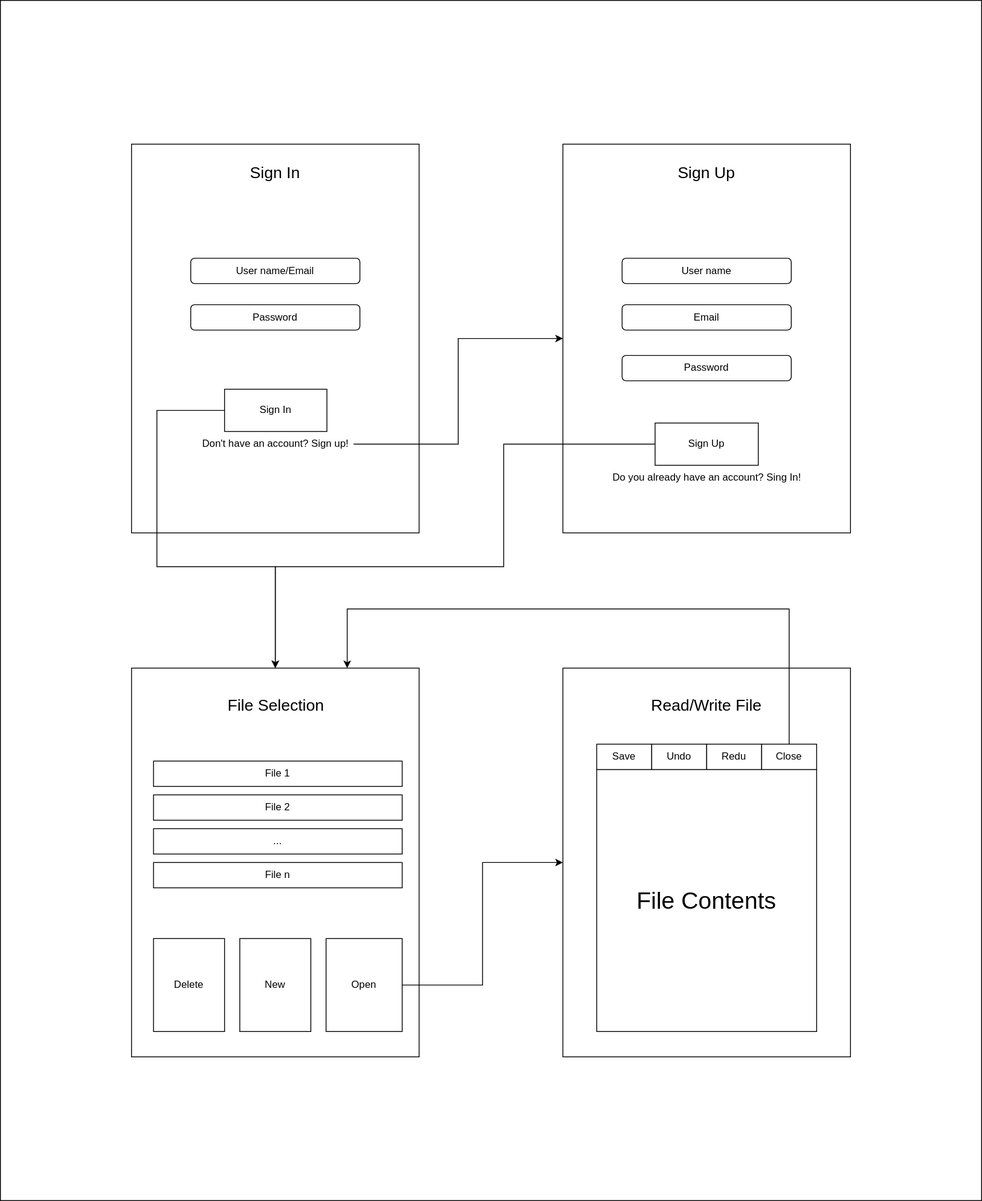
The draw.io diagram Frontend/Fronend.drawio.svg in gsg211/SharpEditor, before a commit. Source tidied: cells renumbered, new cells last; positions are measured from the earlier drawing's top-left corner, leaving out a move shared by most shapes. Source of this version:
```xml
<mxGraphModel>
  <root>
    <mxCell id="0" />
    <mxCell id="1" parent="0" />
    <mxCell id="2" style="rounded=0;whiteSpace=wrap;html=1;" parent="1" vertex="1">
      <mxGeometry width="1160" height="1420" as="geometry" />
    </mxCell>
    <mxCell id="3" style="rounded=0;whiteSpace=wrap;html=1;" parent="1" vertex="1">
      <mxGeometry x="155" y="170" width="340" height="460" as="geometry" />
    </mxCell>
    <mxCell id="4" value="User name/Email" style="rounded=1;whiteSpace=wrap;html=1;" parent="1" vertex="1">
      <mxGeometry x="225" y="305" width="200" height="30" as="geometry" />
    </mxCell>
    <mxCell id="5" value="Password" style="rounded=1;whiteSpace=wrap;html=1;" parent="1" vertex="1">
      <mxGeometry x="225" y="360" width="200" height="30" as="geometry" />
    </mxCell>
    <mxCell id="6" style="edgeStyle=orthogonalEdgeStyle;rounded=0;jettySize=auto;html=1;" parent="1" edge="1" source="7" target="11">
      <mxGeometry relative="1" as="geometry" />
    </mxCell>
    <mxCell id="7" value="Don't have an account? Sign up!" style="text;html=1;whiteSpace=wrap;strokeColor=none;fillColor=none;align=center;verticalAlign=middle;rounded=0;" parent="1" vertex="1">
      <mxGeometry x="232.5" y="510" width="185" height="30" as="geometry" />
    </mxCell>
    <mxCell id="8" value="&lt;font style=&quot;font-size: 19px;&quot;&gt;Sign In&lt;/font&gt;" style="text;html=1;whiteSpace=wrap;strokeColor=none;fillColor=none;align=center;verticalAlign=middle;rounded=0;" parent="1" vertex="1">
      <mxGeometry x="287" y="190" width="76" height="30" as="geometry" />
    </mxCell>
    <mxCell id="9" style="edgeStyle=orthogonalEdgeStyle;rounded=0;jettySize=auto;html=1;entryX=0.5;entryY=0;entryDx=0;entryDy=0;" parent="1" edge="1" source="10" target="19">
      <mxGeometry relative="1" as="geometry">
        <Array as="points">
          <mxPoint x="185" y="485" />
          <mxPoint x="185" y="670" />
          <mxPoint x="325" y="670" />
        </Array>
      </mxGeometry>
    </mxCell>
    <mxCell id="10" value="Sign In" style="rounded=0;whiteSpace=wrap;html=1;" parent="1" vertex="1">
      <mxGeometry x="265" y="460" width="121" height="50" as="geometry" />
    </mxCell>
    <mxCell id="11" style="rounded=0;whiteSpace=wrap;html=1;" parent="1" vertex="1">
      <mxGeometry x="665" y="170" width="340" height="460" as="geometry" />
    </mxCell>
    <mxCell id="12" value="User name" style="rounded=1;whiteSpace=wrap;html=1;" parent="1" vertex="1">
      <mxGeometry x="735" y="305" width="200" height="30" as="geometry" />
    </mxCell>
    <mxCell id="13" value="Password" style="rounded=1;whiteSpace=wrap;html=1;" parent="1" vertex="1">
      <mxGeometry x="735" y="420" width="200" height="30" as="geometry" />
    </mxCell>
    <mxCell id="14" value="Do you already have an account? Sing In!" style="text;html=1;whiteSpace=wrap;strokeColor=none;fillColor=none;align=center;verticalAlign=middle;rounded=0;" parent="1" vertex="1">
      <mxGeometry x="717.5" y="550" width="235" height="30" as="geometry" />
    </mxCell>
    <mxCell id="15" value="&lt;font style=&quot;font-size: 19px;&quot;&gt;Sign Up&lt;/font&gt;" style="text;html=1;whiteSpace=wrap;strokeColor=none;fillColor=none;align=center;verticalAlign=middle;rounded=0;" parent="1" vertex="1">
      <mxGeometry x="797" y="190" width="76" height="30" as="geometry" />
    </mxCell>
    <mxCell id="16" style="edgeStyle=orthogonalEdgeStyle;rounded=0;jettySize=auto;html=1;entryX=0.5;entryY=0;entryDx=0;entryDy=0;" parent="1" edge="1" source="17" target="19">
      <mxGeometry relative="1" as="geometry">
        <Array as="points">
          <mxPoint x="595" y="525" />
          <mxPoint x="595" y="670" />
          <mxPoint x="325" y="670" />
        </Array>
      </mxGeometry>
    </mxCell>
    <mxCell id="17" value="Sign Up" style="rounded=0;whiteSpace=wrap;html=1;" parent="1" vertex="1">
      <mxGeometry x="774" y="500" width="122" height="50" as="geometry" />
    </mxCell>
    <mxCell id="18" value="Email" style="rounded=1;whiteSpace=wrap;html=1;" parent="1" vertex="1">
      <mxGeometry x="735" y="360" width="200" height="30" as="geometry" />
    </mxCell>
    <mxCell id="19" style="rounded=0;whiteSpace=wrap;html=1;" parent="1" vertex="1">
      <mxGeometry x="155" y="790" width="340" height="460" as="geometry" />
    </mxCell>
    <mxCell id="20" value="&lt;font style=&quot;font-size: 19px;&quot;&gt;File Selection&lt;/font&gt;" style="text;html=1;whiteSpace=wrap;strokeColor=none;fillColor=none;align=center;verticalAlign=middle;rounded=0;" parent="1" vertex="1">
      <mxGeometry x="261.5" y="820" width="128" height="30" as="geometry" />
    </mxCell>
    <mxCell id="21" value="File 1" style="rounded=0;whiteSpace=wrap;html=1;" parent="1" vertex="1">
      <mxGeometry x="181" y="900" width="294" height="30" as="geometry" />
    </mxCell>
    <mxCell id="22" value="File 2" style="rounded=0;whiteSpace=wrap;html=1;" parent="1" vertex="1">
      <mxGeometry x="181" y="940" width="294" height="30" as="geometry" />
    </mxCell>
    <mxCell id="23" value="..." style="rounded=0;whiteSpace=wrap;html=1;" parent="1" vertex="1">
      <mxGeometry x="181" y="980" width="294" height="30" as="geometry" />
    </mxCell>
    <mxCell id="24" value="File n" style="rounded=0;whiteSpace=wrap;html=1;" parent="1" vertex="1">
      <mxGeometry x="181" y="1020" width="294" height="30" as="geometry" />
    </mxCell>
    <mxCell id="25" value="Open" style="rounded=0;whiteSpace=wrap;html=1;" parent="1" vertex="1">
      <mxGeometry x="385" y="1110" width="90" height="110" as="geometry" />
    </mxCell>
    <mxCell id="26" value="Delete" style="rounded=0;whiteSpace=wrap;html=1;" parent="1" vertex="1">
      <mxGeometry x="181" y="1110" width="84" height="110" as="geometry" />
    </mxCell>
    <mxCell id="27" style="rounded=0;whiteSpace=wrap;html=1;" parent="1" vertex="1">
      <mxGeometry x="665" y="790" width="340" height="460" as="geometry" />
    </mxCell>
    <mxCell id="28" style="edgeStyle=orthogonalEdgeStyle;rounded=0;jettySize=auto;html=1;entryX=0;entryY=0.5;entryDx=0;entryDy=0;" parent="1" edge="1" source="25" target="27">
      <mxGeometry relative="1" as="geometry" />
    </mxCell>
    <mxCell id="29" value="&lt;font style=&quot;font-size: 19px;&quot;&gt;Read/Write File&lt;/font&gt;" style="text;html=1;whiteSpace=wrap;strokeColor=none;fillColor=none;align=center;verticalAlign=middle;rounded=0;" parent="1" vertex="1">
      <mxGeometry x="768" y="820" width="134" height="30" as="geometry" />
    </mxCell>
    <mxCell id="30" value="&lt;font style=&quot;font-size: 28px;&quot;&gt;File Contents&lt;/font&gt;" style="rounded=0;whiteSpace=wrap;html=1;" parent="1" vertex="1">
      <mxGeometry x="705" y="910" width="260" height="310" as="geometry" />
    </mxCell>
    <mxCell id="31" value="Save" style="rounded=0;whiteSpace=wrap;html=1;" parent="1" vertex="1">
      <mxGeometry x="705" y="880" width="65" height="30" as="geometry" />
    </mxCell>
    <mxCell id="32" value="Undo" style="rounded=0;whiteSpace=wrap;html=1;" parent="1" vertex="1">
      <mxGeometry x="770" y="880" width="65" height="30" as="geometry" />
    </mxCell>
    <mxCell id="33" value="Redu" style="rounded=0;whiteSpace=wrap;html=1;" parent="1" vertex="1">
      <mxGeometry x="835" y="880" width="65" height="30" as="geometry" />
    </mxCell>
    <mxCell id="34" style="edgeStyle=orthogonalEdgeStyle;rounded=0;jettySize=auto;html=1;entryX=0.75;entryY=0;entryDx=0;entryDy=0;" parent="1" edge="1" source="35" target="19">
      <mxGeometry relative="1" as="geometry">
        <Array as="points">
          <mxPoint x="933" y="720" />
          <mxPoint x="410" y="720" />
        </Array>
      </mxGeometry>
    </mxCell>
    <mxCell id="35" value="Close" style="rounded=0;whiteSpace=wrap;html=1;" parent="1" vertex="1">
      <mxGeometry x="900" y="880" width="65" height="30" as="geometry" />
    </mxCell>
    <mxCell id="36" value="New" style="rounded=0;whiteSpace=wrap;html=1;" parent="1" vertex="1">
      <mxGeometry x="283" y="1110" width="84" height="110" as="geometry" />
    </mxCell>
  </root>
</mxGraphModel>
```
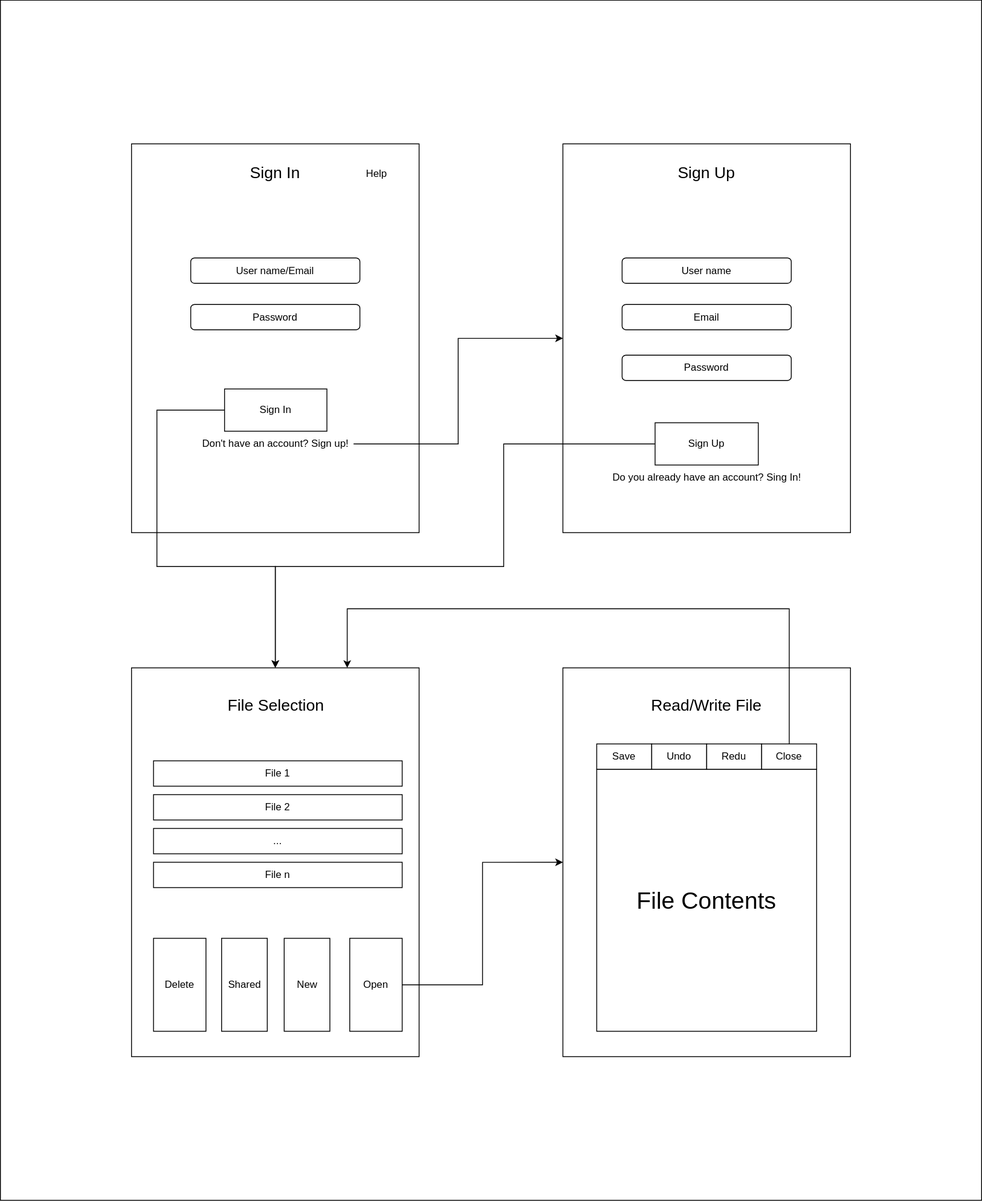
The same diagram one commit later.

Diff of the diagram source:
```diff
@@ -2,72 +2,72 @@
   <root>
     <mxCell id="0" />
     <mxCell id="1" parent="0" />
-    <mxCell id="2" style="rounded=0;whiteSpace=wrap;html=1;" parent="1" vertex="1">
-      <mxGeometry width="1160" height="1420" as="geometry" />
-    </mxCell>
-    <mxCell id="3" style="rounded=0;whiteSpace=wrap;html=1;" parent="1" vertex="1">
-      <mxGeometry x="155" y="170" width="340" height="460" as="geometry" />
-    </mxCell>
+    <mxCell id="37" style="rounded=0;whiteSpace=wrap;html=1;" parent="1" vertex="1">
+      <mxGeometry width="1160" height="1420" as="geometry" />
+    </mxCell>
+    <mxCell id="38" style="rounded=0;whiteSpace=wrap;html=1;" parent="1" vertex="1">
+      <mxGeometry x="155" y="170" width="340" height="460" as="geometry" />
+    </mxCell>
     <mxCell id="4" value="User name/Email" style="rounded=1;whiteSpace=wrap;html=1;" parent="1" vertex="1">
       <mxGeometry x="225" y="305" width="200" height="30" as="geometry" />
     </mxCell>
-    <mxCell id="5" value="Password" style="rounded=1;whiteSpace=wrap;html=1;" parent="1" vertex="1">
-      <mxGeometry x="225" y="360" width="200" height="30" as="geometry" />
-    </mxCell>
-    <mxCell id="6" style="edgeStyle=orthogonalEdgeStyle;rounded=0;jettySize=auto;html=1;" parent="1" edge="1" source="7" target="11">
-      <mxGeometry relative="1" as="geometry" />
-    </mxCell>
+    <mxCell id="39" value="Password" style="rounded=1;whiteSpace=wrap;html=1;" parent="1" vertex="1">
+      <mxGeometry x="225" y="360" width="200" height="30" as="geometry" />
+    </mxCell>
+    <mxCell id="40" style="edgeStyle=orthogonalEdgeStyle;rounded=0;jettySize=auto;html=1;" parent="1" edge="1" source="7" target="42">
+      <mxGeometry relative="1" as="geometry" />
+    </mxCell>
     <mxCell id="7" value="Don't have an account? Sign up!" style="text;html=1;whiteSpace=wrap;strokeColor=none;fillColor=none;align=center;verticalAlign=middle;rounded=0;" parent="1" vertex="1">
       <mxGeometry x="232.5" y="510" width="185" height="30" as="geometry" />
     </mxCell>
     <mxCell id="8" value="&lt;font style=&quot;font-size: 19px;&quot;&gt;Sign In&lt;/font&gt;" style="text;html=1;whiteSpace=wrap;strokeColor=none;fillColor=none;align=center;verticalAlign=middle;rounded=0;" parent="1" vertex="1">
       <mxGeometry x="287" y="190" width="76" height="30" as="geometry" />
     </mxCell>
-    <mxCell id="9" style="edgeStyle=orthogonalEdgeStyle;rounded=0;jettySize=auto;html=1;entryX=0.5;entryY=0;entryDx=0;entryDy=0;" parent="1" edge="1" source="10" target="19">
-      <mxGeometry relative="1" as="geometry">
-        <Array as="points">
-          <mxPoint x="185" y="485" />
-          <mxPoint x="185" y="670" />
-          <mxPoint x="325" y="670" />
-        </Array>
-      </mxGeometry>
-    </mxCell>
+    <mxCell id="41" style="edgeStyle=orthogonalEdgeStyle;rounded=0;jettySize=auto;html=1;entryX=0.5;entryY=0;entryDx=0;entryDy=0;" parent="1" edge="1" source="10" target="45">
+      <mxGeometry relative="1" as="geometry">
+        <Array as="points">
+          <mxPoint x="185" y="485" />
+          <mxPoint x="185" y="670" />
+          <mxPoint x="325" y="670" />
+        </Array>
+      </mxGeometry>
+    </mxCell>
     <mxCell id="10" value="Sign In" style="rounded=0;whiteSpace=wrap;html=1;" parent="1" vertex="1">
       <mxGeometry x="265" y="460" width="121" height="50" as="geometry" />
     </mxCell>
-    <mxCell id="11" style="rounded=0;whiteSpace=wrap;html=1;" parent="1" vertex="1">
-      <mxGeometry x="665" y="170" width="340" height="460" as="geometry" />
-    </mxCell>
+    <mxCell id="42" style="rounded=0;whiteSpace=wrap;html=1;" parent="1" vertex="1">
+      <mxGeometry x="665" y="170" width="340" height="460" as="geometry" />
+    </mxCell>
     <mxCell id="12" value="User name" style="rounded=1;whiteSpace=wrap;html=1;" parent="1" vertex="1">
       <mxGeometry x="735" y="305" width="200" height="30" as="geometry" />
     </mxCell>
-    <mxCell id="13" value="Password" style="rounded=1;whiteSpace=wrap;html=1;" parent="1" vertex="1">
-      <mxGeometry x="735" y="420" width="200" height="30" as="geometry" />
-    </mxCell>
+    <mxCell id="43" value="Password" style="rounded=1;whiteSpace=wrap;html=1;" parent="1" vertex="1">
+      <mxGeometry x="735" y="420" width="200" height="30" as="geometry" />
+    </mxCell>
     <mxCell id="14" value="Do you already have an account? Sing In!" style="text;html=1;whiteSpace=wrap;strokeColor=none;fillColor=none;align=center;verticalAlign=middle;rounded=0;" parent="1" vertex="1">
       <mxGeometry x="717.5" y="550" width="235" height="30" as="geometry" />
     </mxCell>
     <mxCell id="15" value="&lt;font style=&quot;font-size: 19px;&quot;&gt;Sign Up&lt;/font&gt;" style="text;html=1;whiteSpace=wrap;strokeColor=none;fillColor=none;align=center;verticalAlign=middle;rounded=0;" parent="1" vertex="1">
       <mxGeometry x="797" y="190" width="76" height="30" as="geometry" />
     </mxCell>
-    <mxCell id="16" style="edgeStyle=orthogonalEdgeStyle;rounded=0;jettySize=auto;html=1;entryX=0.5;entryY=0;entryDx=0;entryDy=0;" parent="1" edge="1" source="17" target="19">
-      <mxGeometry relative="1" as="geometry">
-        <Array as="points">
-          <mxPoint x="595" y="525" />
-          <mxPoint x="595" y="670" />
-          <mxPoint x="325" y="670" />
-        </Array>
-      </mxGeometry>
-    </mxCell>
+    <mxCell id="44" style="edgeStyle=orthogonalEdgeStyle;rounded=0;jettySize=auto;html=1;entryX=0.5;entryY=0;entryDx=0;entryDy=0;" parent="1" edge="1" source="17" target="45">
+      <mxGeometry relative="1" as="geometry">
+        <Array as="points">
+          <mxPoint x="595" y="525" />
+          <mxPoint x="595" y="670" />
+          <mxPoint x="325" y="670" />
+        </Array>
+      </mxGeometry>
+    </mxCell>
     <mxCell id="17" value="Sign Up" style="rounded=0;whiteSpace=wrap;html=1;" parent="1" vertex="1">
       <mxGeometry x="774" y="500" width="122" height="50" as="geometry" />
     </mxCell>
     <mxCell id="18" value="Email" style="rounded=1;whiteSpace=wrap;html=1;" parent="1" vertex="1">
       <mxGeometry x="735" y="360" width="200" height="30" as="geometry" />
     </mxCell>
-    <mxCell id="19" style="rounded=0;whiteSpace=wrap;html=1;" parent="1" vertex="1">
-      <mxGeometry x="155" y="790" width="340" height="460" as="geometry" />
-    </mxCell>
+    <mxCell id="45" style="rounded=0;whiteSpace=wrap;html=1;" parent="1" vertex="1">
+      <mxGeometry x="155" y="790" width="340" height="460" as="geometry" />
+    </mxCell>
     <mxCell id="20" value="&lt;font style=&quot;font-size: 19px;&quot;&gt;File Selection&lt;/font&gt;" style="text;html=1;whiteSpace=wrap;strokeColor=none;fillColor=none;align=center;verticalAlign=middle;rounded=0;" parent="1" vertex="1">
       <mxGeometry x="261.5" y="820" width="128" height="30" as="geometry" />
     </mxCell>
@@ -84,17 +84,17 @@
       <mxGeometry x="181" y="1020" width="294" height="30" as="geometry" />
     </mxCell>
     <mxCell id="25" value="Open" style="rounded=0;whiteSpace=wrap;html=1;" parent="1" vertex="1">
-      <mxGeometry x="385" y="1110" width="90" height="110" as="geometry" />
+      <mxGeometry x="413" y="1110" width="62" height="110" as="geometry" />
     </mxCell>
     <mxCell id="26" value="Delete" style="rounded=0;whiteSpace=wrap;html=1;" parent="1" vertex="1">
-      <mxGeometry x="181" y="1110" width="84" height="110" as="geometry" />
+      <mxGeometry x="181" y="1110" width="62" height="110" as="geometry" />
     </mxCell>
-    <mxCell id="27" style="rounded=0;whiteSpace=wrap;html=1;" parent="1" vertex="1">
-      <mxGeometry x="665" y="790" width="340" height="460" as="geometry" />
-    </mxCell>
-    <mxCell id="28" style="edgeStyle=orthogonalEdgeStyle;rounded=0;jettySize=auto;html=1;entryX=0;entryY=0.5;entryDx=0;entryDy=0;" parent="1" edge="1" source="25" target="27">
-      <mxGeometry relative="1" as="geometry" />
-    </mxCell>
+    <mxCell id="46" style="rounded=0;whiteSpace=wrap;html=1;" parent="1" vertex="1">
+      <mxGeometry x="665" y="790" width="340" height="460" as="geometry" />
+    </mxCell>
+    <mxCell id="47" style="edgeStyle=orthogonalEdgeStyle;rounded=0;jettySize=auto;html=1;entryX=0;entryY=0.5;entryDx=0;entryDy=0;" parent="1" edge="1" source="25" target="46">
+      <mxGeometry relative="1" as="geometry" />
+    </mxCell>
     <mxCell id="29" value="&lt;font style=&quot;font-size: 19px;&quot;&gt;Read/Write File&lt;/font&gt;" style="text;html=1;whiteSpace=wrap;strokeColor=none;fillColor=none;align=center;verticalAlign=middle;rounded=0;" parent="1" vertex="1">
       <mxGeometry x="768" y="820" width="134" height="30" as="geometry" />
     </mxCell>
@@ -110,19 +110,25 @@
     <mxCell id="33" value="Redu" style="rounded=0;whiteSpace=wrap;html=1;" parent="1" vertex="1">
       <mxGeometry x="835" y="880" width="65" height="30" as="geometry" />
     </mxCell>
-    <mxCell id="34" style="edgeStyle=orthogonalEdgeStyle;rounded=0;jettySize=auto;html=1;entryX=0.75;entryY=0;entryDx=0;entryDy=0;" parent="1" edge="1" source="35" target="19">
-      <mxGeometry relative="1" as="geometry">
-        <Array as="points">
-          <mxPoint x="933" y="720" />
-          <mxPoint x="410" y="720" />
-        </Array>
-      </mxGeometry>
-    </mxCell>
+    <mxCell id="48" style="edgeStyle=orthogonalEdgeStyle;rounded=0;jettySize=auto;html=1;entryX=0.75;entryY=0;entryDx=0;entryDy=0;" parent="1" edge="1" source="35" target="45">
+      <mxGeometry relative="1" as="geometry">
+        <Array as="points">
+          <mxPoint x="933" y="720" />
+          <mxPoint x="410" y="720" />
+        </Array>
+      </mxGeometry>
+    </mxCell>
     <mxCell id="35" value="Close" style="rounded=0;whiteSpace=wrap;html=1;" parent="1" vertex="1">
       <mxGeometry x="900" y="880" width="65" height="30" as="geometry" />
     </mxCell>
     <mxCell id="36" value="New" style="rounded=0;whiteSpace=wrap;html=1;" parent="1" vertex="1">
-      <mxGeometry x="283" y="1110" width="84" height="110" as="geometry" />
+      <mxGeometry x="335.5" y="1110" width="54" height="110" as="geometry" />
     </mxCell>
+    <mxCell id="49" value="Help" style="text;html=1;whiteSpace=wrap;strokeColor=none;fillColor=none;align=center;verticalAlign=middle;rounded=0;" parent="1" vertex="1">
+      <mxGeometry x="415" y="190" width="60" height="30" as="geometry" />
+    </mxCell>
+    <mxCell id="50" value="Shared" style="rounded=0;whiteSpace=wrap;html=1;" parent="1" vertex="1">
+      <mxGeometry x="261.5" y="1110" width="54" height="110" as="geometry" />
+    </mxCell>
   </root>
 </mxGraphModel>
```
